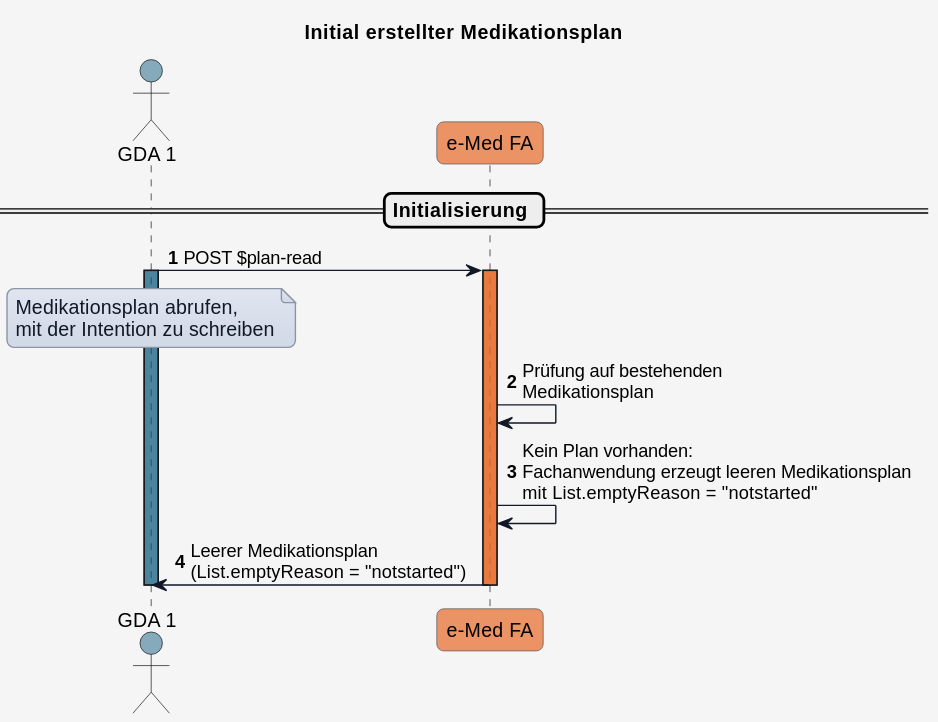
Before: r4-ELGA-e-Medikation-main/plantuml/UC_eMed_06_01.svg, a diagram exported from PlantUML (HL7Austria/hl7austria.github.io).
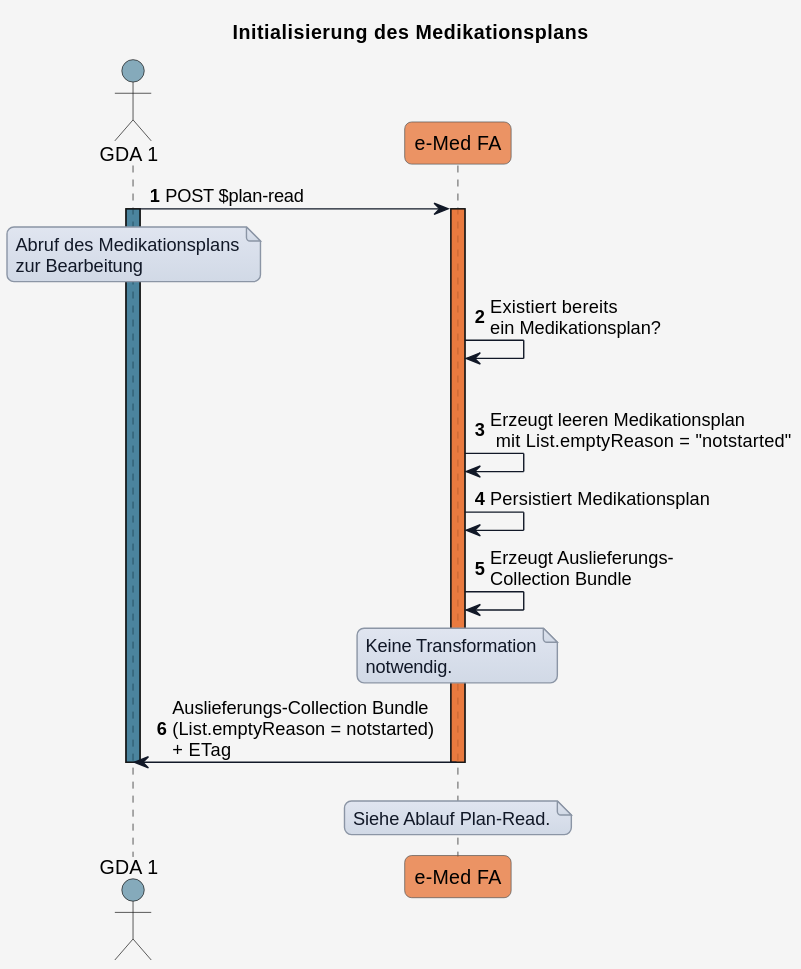
The same diagram one commit later.

Diff of the diagram source:
```diff
@@ -1,5 +1,5 @@
 @startuml
-title Initial erstellter Medikationsplan
+title Initialisierung des Medikationsplans
 
 
 skinparam borderColor #000000
@@ -7,7 +7,6 @@
 skinparam shadowing false
 skinparam roundCorner 10
 skinparam defaultFontName "Arial"
-skinparam defaultFontSize 14
 skinparam defaultFontColor #000000
 skinparam HyperlinkColor #0000EE
 skinparam HyperlinkUnderline false
@@ -54,22 +53,35 @@
 
 autonumber
 
-== Initialisierung ==
-
 GDA_1 -> eMed_FA: POST $plan-read
 activate GDA_1 COLOR_GDA_1
 
 note over GDA_1
-Medikationsplan abrufen,
-mit der Intention zu schreiben
+Abruf des Medikationsplans
+zur Bearbeitung
 end note
 
 activate eMed_FA COLOR_EMED_FA
-eMed_FA -> eMed_FA: Prüfung auf bestehenden\nMedikationsplan
+eMed_FA -> eMed_FA: Existiert bereits\nein Medikationsplan?
 
-eMed_FA -> eMed_FA: Kein Plan vorhanden:\nFachanwendung erzeugt leeren Medikationsplan\nmit List.emptyReason = "notstarted"
-eMed_FA -> GDA_1: Leerer Medikationsplan\n(List.emptyReason = "notstarted")
+alt COLOR_OK kein Medikationsplan persistiert
 
-deactivate eMed_FA
+  eMed_FA -> eMed_FA: Erzeugt leeren Medikationsplan\n mit List.emptyReason = "notstarted"
+  eMed_FA -> eMed_FA: Persistiert Medikationsplan
+
+  eMed_FA -> eMed_FA: Erzeugt Auslieferungs-\nCollection Bundle
+  note over eMed_FA
+  Keine Transformation
+  notwendig.
+  end note
+  eMed_FA -> GDA_1: Auslieferungs-Collection Bundle\n(List.emptyReason = notstarted)\n+ ETag
+  deactivate eMed_FA
+
+
+else COLOR_ERROR Medikationsplan persistiert
+  note over eMed_FA
+  Siehe Ablauf Plan-Read.
+  end note
+
 deactivate GDA_1
 @enduml
```
